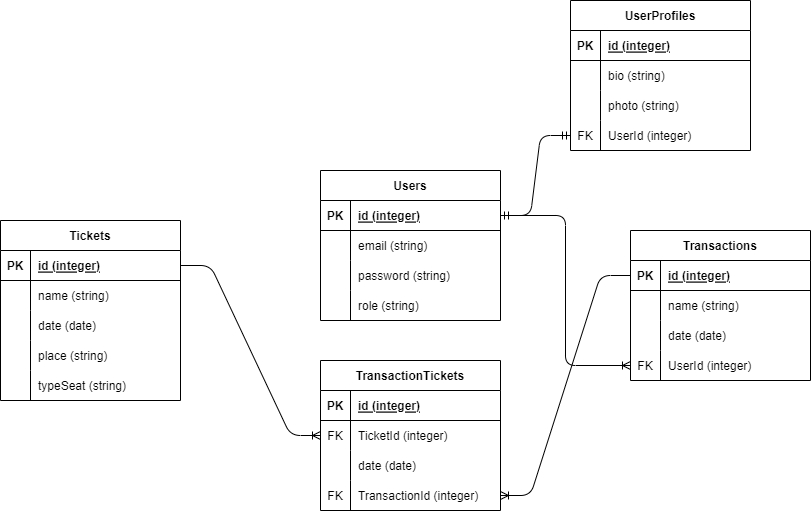
The draw.io diagram schema.drawio.png in Nasrullah2688/pair-project, before a commit. Source tidied: cells renumbered, new cells last; positions are measured from the earlier drawing's top-left corner, leaving out a move shared by most shapes.
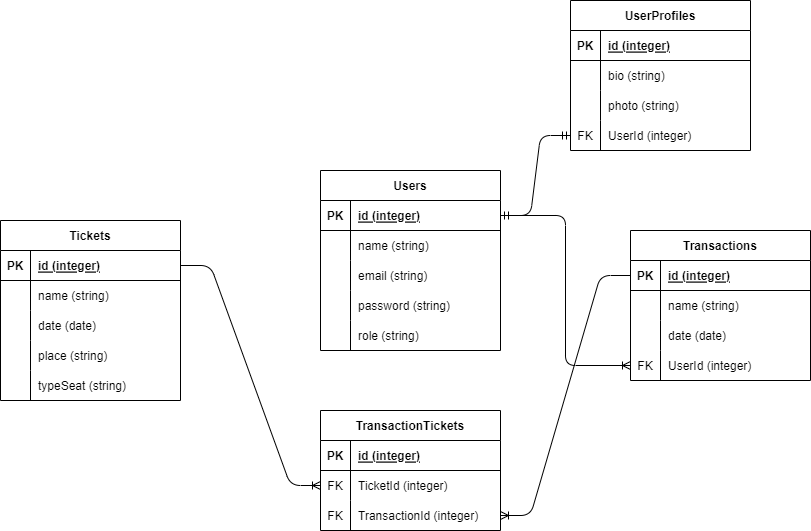
The same file after the commit.

Diff of the diagram source:
```diff
@@ -3,7 +3,7 @@
     <mxCell id="0" />
     <mxCell id="1" parent="0" />
     <mxCell id="2" value="Users" style="shape=table;startSize=30;rowLines=0;fontStyle=1;align=center;" parent="1" vertex="1">
-      <mxGeometry x="320" y="170" width="180" height="150" as="geometry" />
+      <mxGeometry x="320" y="170" width="180" height="180" as="geometry" />
     </mxCell>
     <mxCell id="3" style="shape=tableRow;horizontal=0;startSize=0;swimlaneHead=0;swimlaneBody=0;fillColor=none;points=[[0,0.5],[1,0.5]];portConstraint=eastwest;top=0;left=0;right=0;bottom=1;" parent="2" vertex="1">
       <mxGeometry y="30" width="180" height="30" as="geometry" />
@@ -14,8 +14,17 @@
     <mxCell id="5" value="id (integer)" style="shape=partialRectangle;fillColor=none;top=0;left=0;bottom=0;right=0;align=left;spacingLeft=6;fontStyle=5;overflow=hidden;" parent="3" vertex="1">
       <mxGeometry x="30" width="150" height="30" as="geometry" />
     </mxCell>
+    <mxCell id="74" style="shape=tableRow;horizontal=0;startSize=0;swimlaneHead=0;swimlaneBody=0;fillColor=none;top=0;left=0;right=0;bottom=0;" parent="2" vertex="1">
+      <mxGeometry y="60" width="180" height="30" as="geometry" />
+    </mxCell>
+    <mxCell id="53" style="shape=partialRectangle;fillColor=none;top=0;left=0;bottom=0;right=0;overflow=hidden;" parent="74" vertex="1">
+      <mxGeometry width="30" height="30" as="geometry" />
+    </mxCell>
+    <mxCell id="75" value="name (string)" style="shape=partialRectangle;fillColor=none;top=0;left=0;bottom=0;right=0;align=left;spacingLeft=6;overflow=hidden;" parent="74" vertex="1">
+      <mxGeometry x="30" width="150" height="30" as="geometry" />
+    </mxCell>
     <mxCell id="6" style="shape=tableRow;horizontal=0;startSize=0;swimlaneHead=0;swimlaneBody=0;fillColor=none;top=0;left=0;right=0;bottom=0;" parent="2" vertex="1">
-      <mxGeometry y="60" width="180" height="30" as="geometry" />
+      <mxGeometry y="90" width="180" height="30" as="geometry" />
     </mxCell>
     <mxCell id="7" style="shape=partialRectangle;fillColor=none;top=0;left=0;bottom=0;right=0;overflow=hidden;" parent="6" vertex="1">
       <mxGeometry width="30" height="30" as="geometry" />
@@ -24,7 +33,7 @@
       <mxGeometry x="30" width="150" height="30" as="geometry" />
     </mxCell>
     <mxCell id="9" style="shape=tableRow;horizontal=0;startSize=0;swimlaneHead=0;swimlaneBody=0;fillColor=none;top=0;left=0;right=0;bottom=0;" parent="2" vertex="1">
-      <mxGeometry y="90" width="180" height="30" as="geometry" />
+      <mxGeometry y="120" width="180" height="30" as="geometry" />
     </mxCell>
     <mxCell id="10" style="shape=partialRectangle;fillColor=none;top=0;left=0;bottom=0;right=0;overflow=hidden;" parent="9" vertex="1">
       <mxGeometry width="30" height="30" as="geometry" />
@@ -33,7 +42,7 @@
       <mxGeometry x="30" width="150" height="30" as="geometry" />
     </mxCell>
     <mxCell id="12" style="shape=tableRow;horizontal=0;startSize=0;swimlaneHead=0;swimlaneBody=0;fillColor=none;top=0;left=0;right=0;bottom=0;" parent="2" vertex="1">
-      <mxGeometry y="120" width="180" height="30" as="geometry" />
+      <mxGeometry y="150" width="180" height="30" as="geometry" />
     </mxCell>
     <mxCell id="13" style="shape=partialRectangle;fillColor=none;top=0;left=0;bottom=0;right=0;overflow=hidden;" parent="12" vertex="1">
       <mxGeometry width="30" height="30" as="geometry" />
@@ -132,7 +141,7 @@
       <mxGeometry x="30" width="150" height="30" as="geometry" />
     </mxCell>
     <mxCell id="45" value="TransactionTickets" style="shape=table;startSize=30;rowLines=0;fontStyle=1;align=center;" parent="1" vertex="1">
-      <mxGeometry x="320" y="360" width="180" height="150" as="geometry" />
+      <mxGeometry x="320" y="410" width="180" height="120" as="geometry" />
     </mxCell>
     <mxCell id="46" style="shape=tableRow;horizontal=0;startSize=0;swimlaneHead=0;swimlaneBody=0;fillColor=none;top=0;left=0;right=0;bottom=1;" parent="45" vertex="1">
       <mxGeometry y="30" width="180" height="30" as="geometry" />
@@ -152,17 +161,8 @@
     <mxCell id="51" value="TicketId (integer)" style="shape=partialRectangle;fillColor=none;top=0;left=0;bottom=0;right=0;align=left;spacingLeft=6;overflow=hidden;" parent="49" vertex="1">
       <mxGeometry x="30" width="150" height="30" as="geometry" />
     </mxCell>
-    <mxCell id="52" style="shape=tableRow;horizontal=0;startSize=0;swimlaneHead=0;swimlaneBody=0;fillColor=none;top=0;left=0;right=0;bottom=0;" parent="45" vertex="1">
-      <mxGeometry y="90" width="180" height="30" as="geometry" />
-    </mxCell>
-    <mxCell id="53" style="shape=partialRectangle;fillColor=none;top=0;left=0;bottom=0;right=0;overflow=hidden;" parent="52" vertex="1">
-      <mxGeometry width="30" height="30" as="geometry" />
-    </mxCell>
-    <mxCell id="54" value="date (date)" style="shape=partialRectangle;fillColor=none;top=0;left=0;bottom=0;right=0;align=left;spacingLeft=6;overflow=hidden;" parent="52" vertex="1">
-      <mxGeometry x="30" width="150" height="30" as="geometry" />
-    </mxCell>
     <mxCell id="55" style="shape=tableRow;horizontal=0;startSize=0;swimlaneHead=0;swimlaneBody=0;fillColor=none;points=[[0,0.5],[1,0.5]];portConstraint=eastwest;top=0;left=0;right=0;bottom=0;" parent="45" vertex="1">
-      <mxGeometry y="120" width="180" height="30" as="geometry" />
+      <mxGeometry y="90" width="180" height="30" as="geometry" />
     </mxCell>
     <mxCell id="56" value="FK" style="shape=partialRectangle;fillColor=none;top=0;left=0;bottom=0;right=0;overflow=hidden;" parent="55" vertex="1">
       <mxGeometry width="30" height="30" as="geometry" />
```
